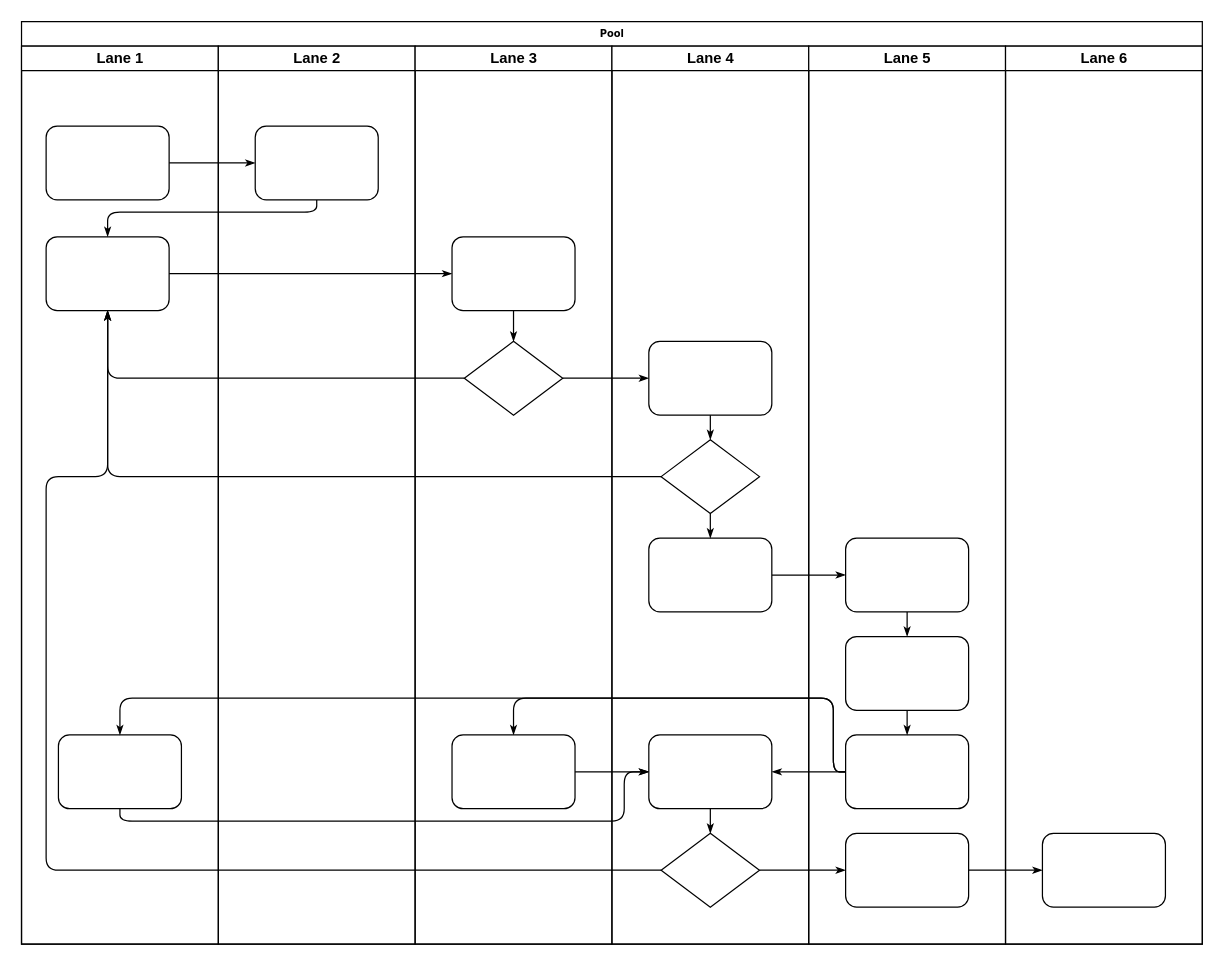
Earlier version of the draw.io diagram Diagrama sin título.drawio (mimurillof/mimurillof). Source tidied: cells renumbered, new cells numbered last; positions are measured from the earlier drawing's top-left corner, leaving out a move shared by most shapes. Both pictures are drawn from the tidied source at 123%, with x=0, y=0 at pixel (21, 21).
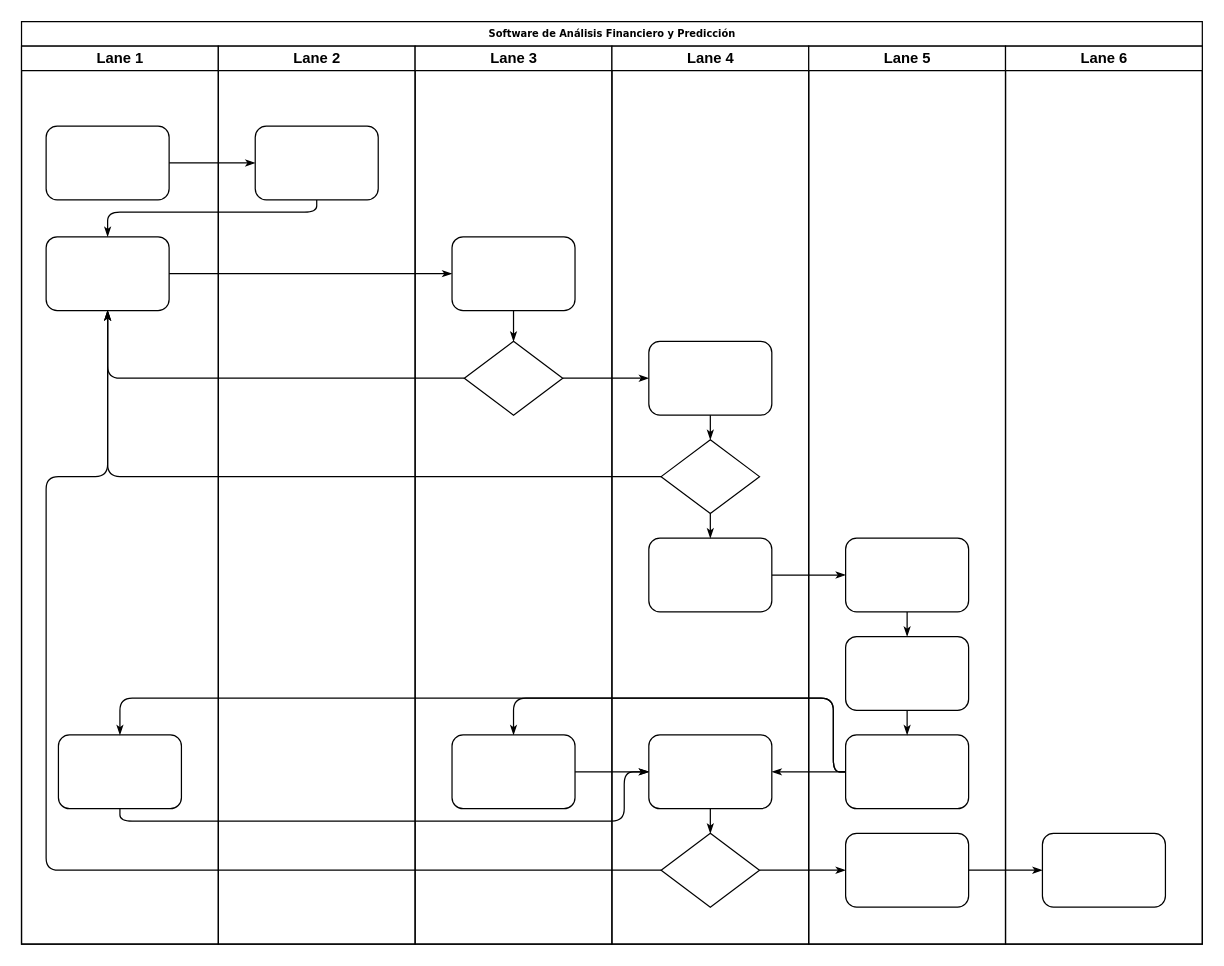
The same diagram, later.

What changed in the source:
```diff
@@
-    <mxCell id="2" value="Pool" style="swimlane;html=1;startSize=20;rounded=0;shadow=0;labelBackgroundColor=none;strokeWidth=1;fontFamily=Verdana;fontSize=8;align=center;" parent="1" vertex="1">
+    <mxCell id="2" value=" Software de Análisis Financiero y Predicción" style="swimlane;html=1;startSize=20;rounded=0;shadow=0;labelBackgroundColor=none;strokeWidth=1;fontFamily=Verdana;fontSize=8;align=center;" parent="1" vertex="1">
       <mxGeometry width="960" height="750" as="geometry" />
     </mxCell>
```
